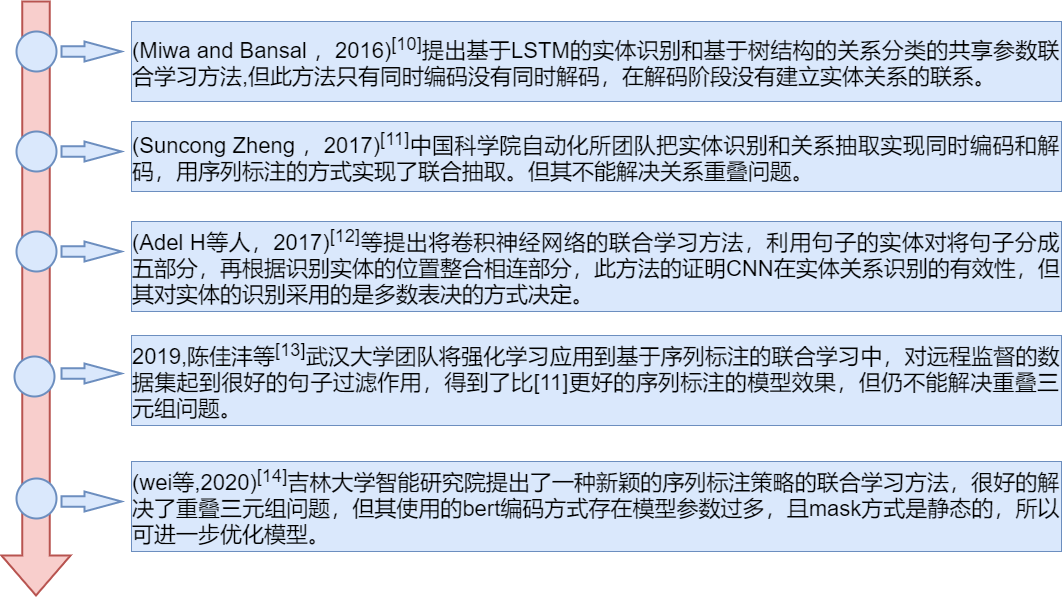
bigbigkid/awesome-knowledge-graph keeps this draw.io diagram as test2.png. Above is the earlier version. Source tidied: cells renumbered, new cells last; positions are measured from the earlier drawing's top-left corner, leaving out a move shared by most shapes.
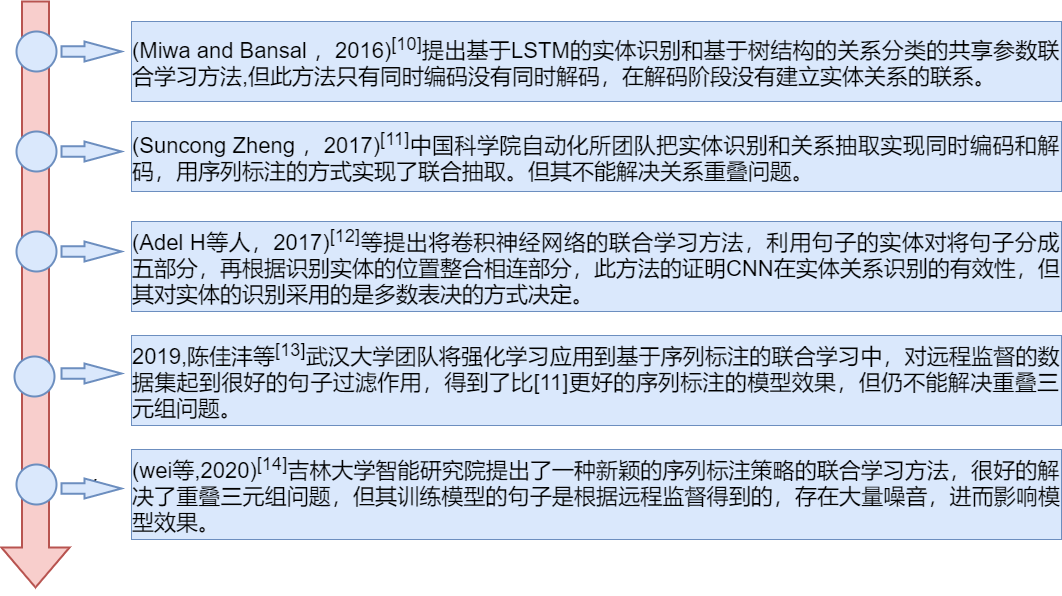
Later version of the same file.

What changed in the source:
```diff
@@ -3,7 +3,7 @@
     <mxCell id="0" />
     <mxCell id="1" parent="0" />
     <mxCell id="2" style="verticalLabelPosition=bottom;verticalAlign=top;html=1;strokeWidth=2;shape=mxgraph.arrows2.arrow;dy=0.6;dx=40;notch=0;fillColor=#f8cecc;strokeColor=#b85450;direction=south;" parent="1" vertex="1">
-      <mxGeometry width="69" height="594" as="geometry" />
+      <mxGeometry width="68" height="586" as="geometry" />
     </mxCell>
     <mxCell id="3" style="strokeWidth=2;html=1;shape=mxgraph.flowchart.start_2;whiteSpace=wrap;fillColor=#dae8fc;strokeColor=#6c8ebf;" parent="1" vertex="1">
       <mxGeometry x="15" y="130" width="40" height="40" as="geometry" />
@@ -45,19 +45,24 @@
       <mxGeometry x="13" y="355" width="40" height="40" as="geometry" />
     </mxCell>
     <mxCell id="16" style="strokeWidth=2;html=1;shape=mxgraph.flowchart.start_2;whiteSpace=wrap;fillColor=#dae8fc;strokeColor=#6c8ebf;" parent="1" vertex="1">
-      <mxGeometry x="15" y="477" width="40" height="40" as="geometry" />
+      <mxGeometry x="15" y="463" width="40" height="40" as="geometry" />
     </mxCell>
     <mxCell id="17" style="verticalLabelPosition=bottom;verticalAlign=top;html=1;strokeWidth=2;shape=mxgraph.arrows2.arrow;dy=0.47;dx=37;notch=0;fillColor=#dae8fc;strokeColor=#6c8ebf;" parent="1" vertex="1">
       <mxGeometry x="60" y="362" width="60" height="20" as="geometry" />
     </mxCell>
+    <mxCell id="21" style="edgeStyle=orthogonalEdgeStyle;rounded=0;jettySize=auto;html=1;exitX=0;exitY=0;exitDx=23;exitDy=4.699999999999999;exitPerimeter=0;" parent="1" edge="1" source="18">
+      <mxGeometry relative="1" as="geometry">
+        <mxPoint x="91" y="486" as="targetPoint" />
+      </mxGeometry>
+    </mxCell>
     <mxCell id="18" style="verticalLabelPosition=bottom;verticalAlign=top;html=1;strokeWidth=2;shape=mxgraph.arrows2.arrow;dy=0.47;dx=37;notch=0;fillColor=#dae8fc;strokeColor=#6c8ebf;" parent="1" vertex="1">
-      <mxGeometry x="60" y="490" width="60" height="20" as="geometry" />
+      <mxGeometry x="60" y="477" width="60" height="20" as="geometry" />
     </mxCell>
     <mxCell id="19" value="&lt;div style=&quot;text-align: justify&quot;&gt;&lt;div&gt;&lt;font style=&quot;font-size: 22px&quot;&gt;2019,陈佳沣等&lt;sup&gt;[13]&lt;/sup&gt;武汉大学团队将强化学习应用到基于序列标注的联合学习中，对远程监督的数据集起到很好的句子过滤作用，得到了比[11]更好的序列标注的模型效果，但仍不能解决重叠三元组问题。&lt;/font&gt;&lt;/div&gt;&lt;/div&gt;" style="whiteSpace=wrap;html=1;fillColor=#dae8fc;strokeColor=#6c8ebf;" parent="1" vertex="1">
       <mxGeometry x="130" y="334" width="930" height="90" as="geometry" />
     </mxCell>
-    <mxCell id="20" value="&lt;div style=&quot;text-align: justify&quot;&gt;&lt;div&gt;&lt;font style=&quot;font-size: 22px&quot;&gt;(wei等,2020)&lt;sup&gt;[14]&lt;/sup&gt;吉林大学智能研究院提出了一种新颖的序列标注策略的联合学习方法，很好的解决了重叠三元组问题，但其使用的bert编码方式存在模型参数过多，且mask方式是静态的，所以可进一步优化模型。&lt;/font&gt;&lt;/div&gt;&lt;/div&gt;" style="whiteSpace=wrap;html=1;fillColor=#dae8fc;strokeColor=#6c8ebf;" parent="1" vertex="1">
-      <mxGeometry x="130" y="460" width="930" height="90" as="geometry" />
+    <mxCell id="20" value="&lt;div style=&quot;text-align: justify&quot;&gt;&lt;div&gt;&lt;font style=&quot;font-size: 22px&quot;&gt;(wei等,2020)&lt;sup&gt;[14]&lt;/sup&gt;吉林大学智能研究院提出了一种新颖的序列标注策略的联合学习方法，很好的解决了重叠三元组问题，但其训练模型的句子是根据远程监督得到的，存在大量噪音，进而影响模型效果。&lt;/font&gt;&lt;/div&gt;&lt;/div&gt;" style="whiteSpace=wrap;html=1;fillColor=#dae8fc;strokeColor=#6c8ebf;" parent="1" vertex="1">
+      <mxGeometry x="130" y="448" width="930" height="90" as="geometry" />
     </mxCell>
   </root>
 </mxGraphModel>
```
